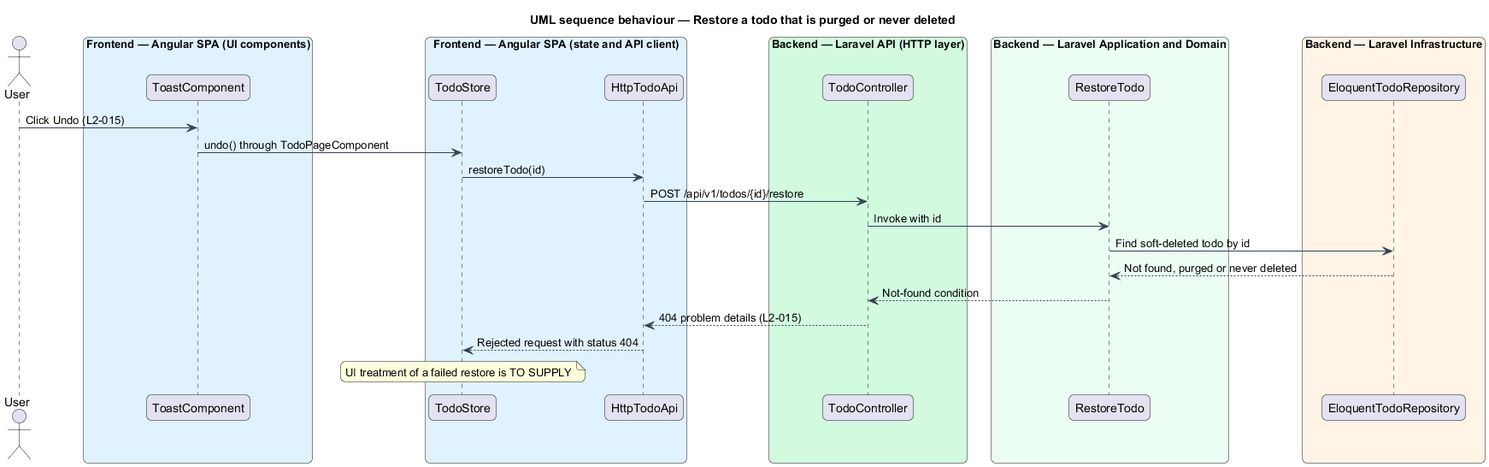
Earlier version of the PlantUML export docs/detailed-designs/task-removal/delete-task/diagrams/sequence-restore-not-found.png (QuinntyneBrown/php-todo-lab). The source it was exported from:
```plantuml
@startuml
title UML sequence behaviour — Restore a todo that is purged or never deleted
skinparam backgroundColor #FFFFFF
skinparam shadowing false
skinparam roundcorner 12
skinparam defaultFontName Arial
skinparam ArrowColor #344054
skinparam rectangle {
  BorderColor #344054
  FontColor #101828
}
skinparam package {
  BorderColor #667085
  FontColor #101828
  BackgroundColor #F9FAFB
}
actor "User" as user
box "Frontend — Angular SPA (UI components)" #E0F2FE
  participant "ToastComponent" as toast
end box
box "Frontend — Angular SPA (state and API client)" #E0F2FE
  participant "TodoStore" as store
  participant "HttpTodoApi" as api
end box
box "Backend — Laravel API (HTTP layer)" #D1FADF
  participant "TodoController" as ctrl
end box
box "Backend — Laravel Application and Domain" #ECFDF3
  participant "RestoreTodo" as rest
end box
box "Backend — Laravel Infrastructure" #FFF4E5
  participant "EloquentTodoRepository" as repo
end box
user -> toast : Click Undo (L2-015)
toast -> store : undo() through TodoPageComponent
store -> api : restoreTodo(id)
api -> ctrl : POST /api/v1/todos/{id}/restore
ctrl -> rest : Invoke with id
rest -> repo : Find soft-deleted todo by id
repo --> rest : Not found, purged or never deleted
rest --> ctrl : Not-found condition
ctrl --> api : 404 problem details (L2-015)
api --> store : Rejected request with status 404
note over store : UI treatment of a failed restore is TO SUPPLY
@enduml
```
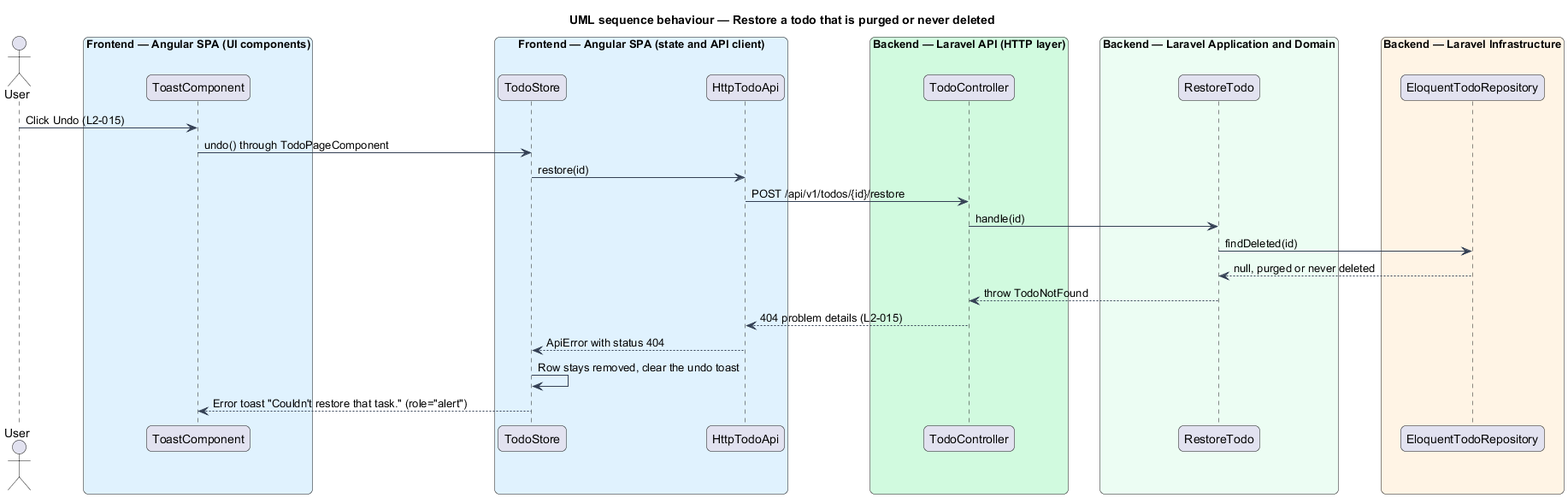
The same diagram one commit later.

The edit, as a diff of the source:
```diff
@@ -33,13 +33,14 @@
 end box
 user -> toast : Click Undo (L2-015)
 toast -> store : undo() through TodoPageComponent
-store -> api : restoreTodo(id)
+store -> api : restore(id)
 api -> ctrl : POST /api/v1/todos/{id}/restore
-ctrl -> rest : Invoke with id
-rest -> repo : Find soft-deleted todo by id
-repo --> rest : Not found, purged or never deleted
-rest --> ctrl : Not-found condition
+ctrl -> rest : handle(id)
+rest -> repo : findDeleted(id)
+repo --> rest : null, purged or never deleted
+rest --> ctrl : throw TodoNotFound
 ctrl --> api : 404 problem details (L2-015)
-api --> store : Rejected request with status 404
-note over store : UI treatment of a failed restore is TO SUPPLY
+api --> store : ApiError with status 404
+store -> store : Row stays removed, clear the undo toast
+store --> toast : Error toast "Couldn't restore that task." (role="alert")
 @enduml
```
